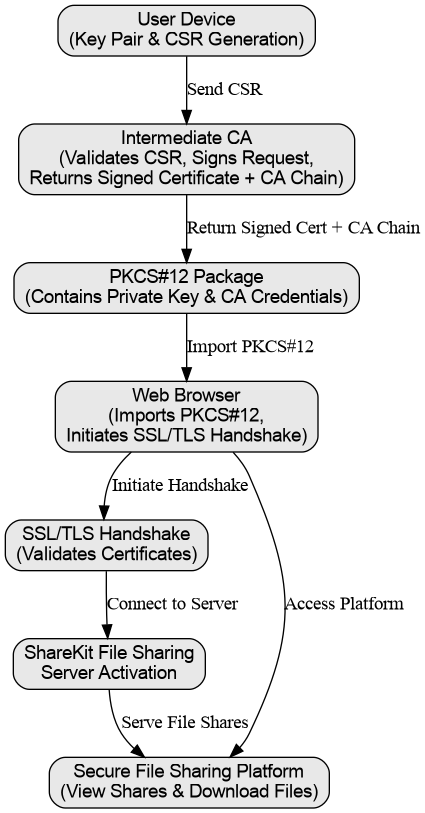
This is docs/dot/conceptual_framework.dot.png from skye-cyber/CryptoSharePKI, a Graphviz export, as it was before one commit. Its source is kept beside it as docs/dot/conceptual_framework.dot. The source it was exported from:
```dot
digraph ConceptualFramework {
    rankdir=TB;
  node [shape=box, fontname="Arial", style="rounded,filled", fillcolor="#E8E8E8"];

  "User" [label="User Device\n(Key Pair & CSR Generation)"];
  "Intermediate CA" [label="Intermediate CA\n(Validates CSR, Signs Request,\nReturns Signed Certificate + CA Chain)"];
  "PKCS12" [label="PKCS#12 Package\n(Contains Private Key & CA Credentials)"];
  "Browser" [label="Web Browser\n(Imports PKCS#12,\nInitiates SSL/TLS Handshake)"];
  "ShareKit" [label="ShareKit File Sharing\nServer Activation"];
  "SSL" [label="SSL/TLS Handshake\n(Validates Certificates)"];
  "Secure" [label="Secure File Sharing Platform\n(View Shares & Download Files)"];

  "User" -> "Intermediate CA" [label="Send CSR"];
  "Intermediate CA" -> "PKCS12" [label="Return Signed Cert + CA Chain"];
  "PKCS12" -> "Browser" [label="Import PKCS#12"];
  "Browser" -> "SSL" [label="Initiate Handshake"];
  "SSL" -> "ShareKit" [label="Connect to Server"];
  "Browser" -> "Secure" [label="Access Platform"];
  "ShareKit" -> "Secure" [label="Serve File Shares"];
}
```
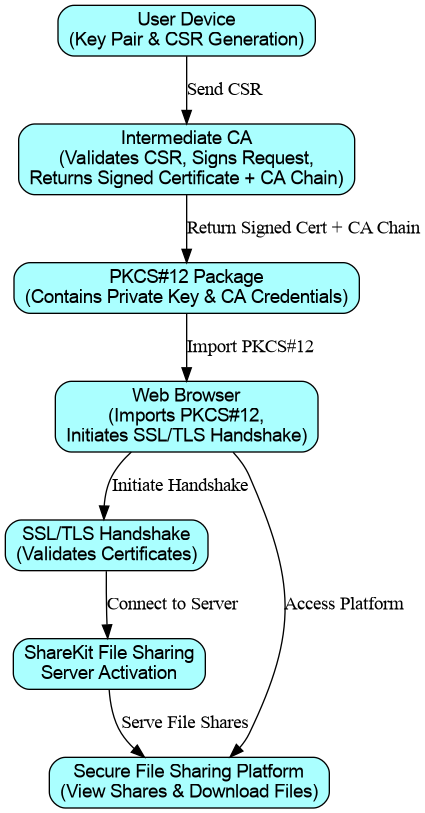
The same file after the commit.

Change to the diagram source:
```diff
@@ -1,6 +1,6 @@
 digraph ConceptualFramework {
     rankdir=TB;
-  node [shape=box, fontname="Arial", style="rounded,filled", fillcolor="#E8E8E8"];
+  node [shape=box, fontname="Arial", style="rounded,filled", fillcolor="#aaffff"];
 
   "User" [label="User Device\n(Key Pair & CSR Generation)"];
   "Intermediate CA" [label="Intermediate CA\n(Validates CSR, Signs Request,\nReturns Signed Certificate + CA Chain)"];
```
